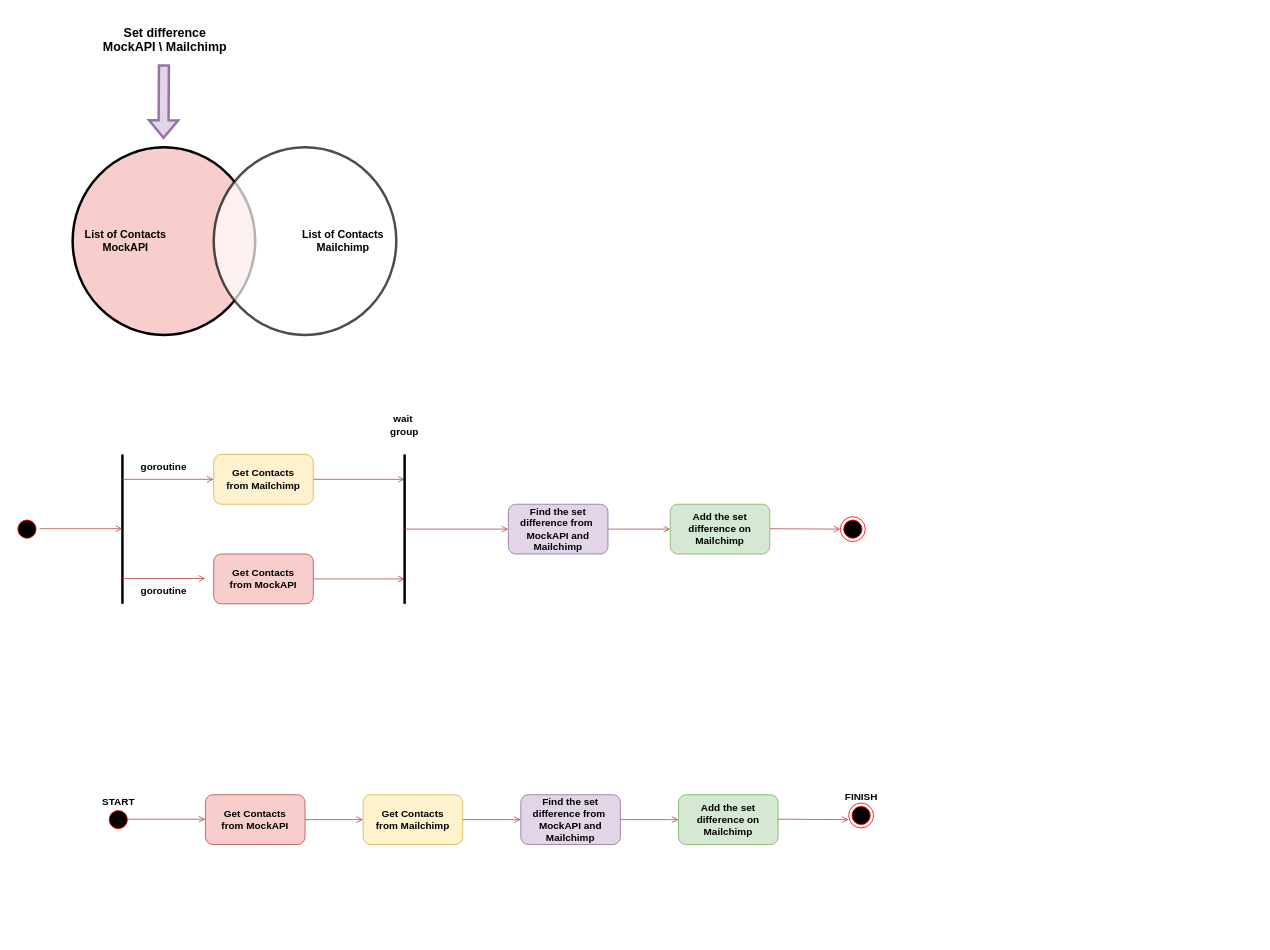
Above: resources/images/tech_design.drawio in leoapsilva/emailsync (draw.io), before the change. Source tidied: cells renumbered, new cells numbered last; positions are measured from the earlier drawing's top-left corner, leaving out a move shared by most shapes. Both pictures are drawn from the tidied source at 83%, with x=0, y=0 at pixel (14, 14).
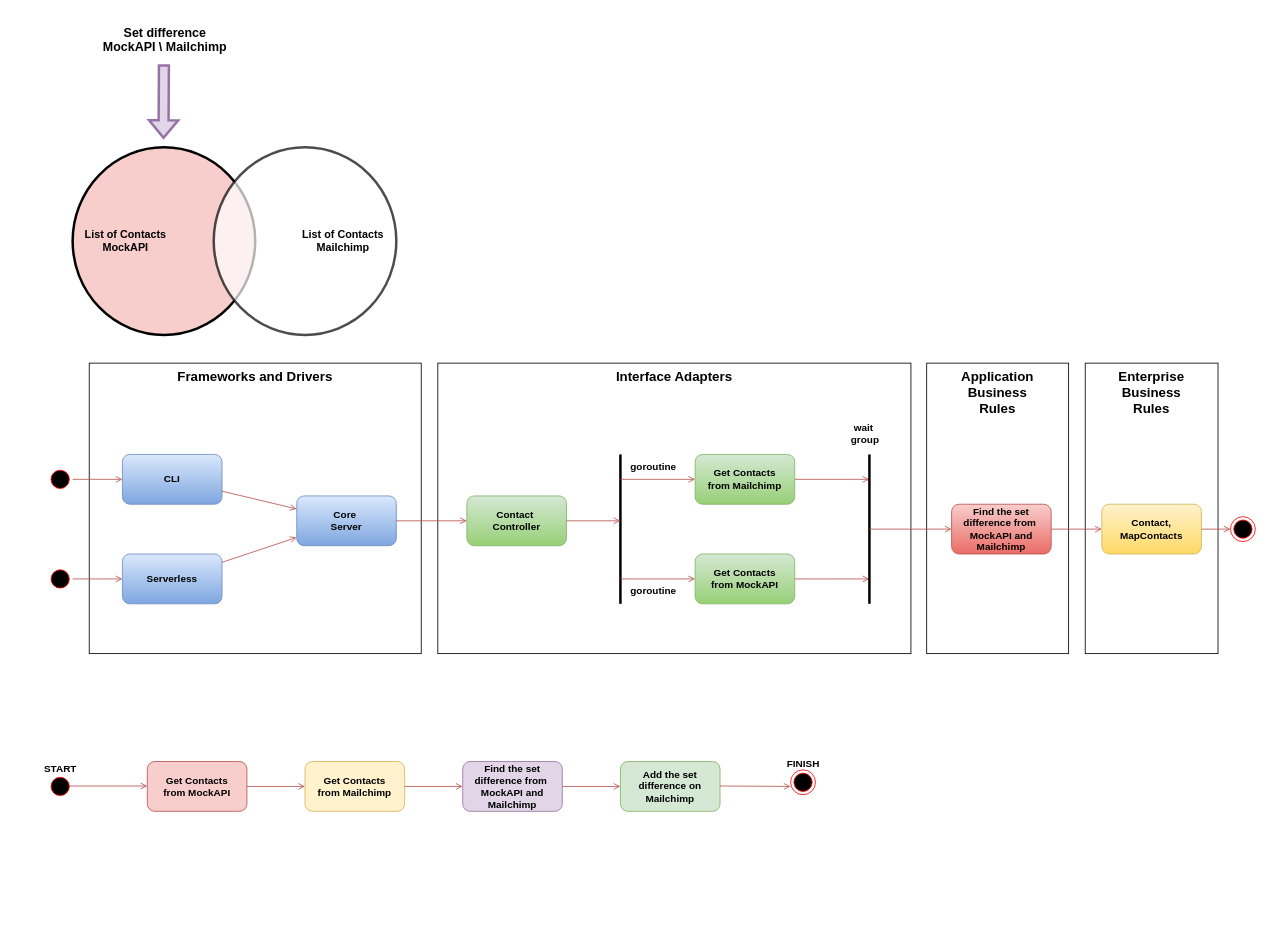
The same page after the edit.

What changed in the source:
```diff
@@
+    <mxCell id="36" value="Frameworks and Drivers" style="rounded=0;whiteSpace=wrap;html=1;fillColor=none;fontSize=16;verticalAlign=top;fontStyle=1;" parent="1" vertex="1">
+      <mxGeometry x="90" y="420" width="400" height="350" as="geometry" />
+    </mxCell>
+    <mxCell id="37" value="Interface Adapters" style="rounded=0;whiteSpace=wrap;html=1;fillColor=none;fontSize=16;verticalAlign=top;fontStyle=1;" parent="1" vertex="1">
+      <mxGeometry x="510" y="420" width="570" height="350" as="geometry" />
+    </mxCell>
+    <mxCell id="38" value="Application&lt;br&gt;Business&lt;br&gt;Rules" style="rounded=0;whiteSpace=wrap;html=1;fillColor=none;fontSize=16;verticalAlign=top;fontStyle=1;" parent="1" vertex="1">
+      <mxGeometry x="1099" y="420" width="171" height="350" as="geometry" />
+    </mxCell>
+    <mxCell id="39" value="Enterprise&lt;br&gt;Business&lt;br&gt;Rules" style="rounded=0;whiteSpace=wrap;html=1;fillColor=none;fontSize=16;verticalAlign=top;fontStyle=1;" parent="1" vertex="1">
+      <mxGeometry x="1290" y="420" width="160" height="350" as="geometry" />
+    </mxCell>
@@
     <mxCell id="6" style="edgeStyle=orthogonalEdgeStyle;rounded=0;jettySize=auto;html=1;endArrow=open;endFill=0;fillColor=#f8cecc;strokeColor=#b85450;" parent="1" edge="1" source="7">
       <mxGeometry relative="1" as="geometry">
-        <mxPoint x="470" y="560" as="targetPoint" />
+        <mxPoint x="1030" y="560" as="targetPoint" />
       </mxGeometry>
     </mxCell>
-    <mxCell id="7" value="Get Contacts &lt;br&gt;from Mailchimp" style="rounded=1;whiteSpace=wrap;html=1;fillColor=#fff2cc;strokeColor=#d6b656;fontStyle=1;" parent="1" vertex="1">
-      <mxGeometry x="240" y="530" width="120" height="60" as="geometry" />
+    <mxCell id="7" value="Get Contacts &lt;br&gt;from Mailchimp" style="rounded=1;whiteSpace=wrap;html=1;fillColor=#d5e8d4;strokeColor=#82b366;fontStyle=1;gradientColor=#97d077;" parent="1" vertex="1">
+      <mxGeometry x="820" y="530" width="120" height="60" as="geometry" />
     </mxCell>
     <mxCell id="8" style="edgeStyle=orthogonalEdgeStyle;rounded=0;jettySize=auto;html=1;endArrow=open;endFill=0;fillColor=#f8cecc;strokeColor=#b85450;" parent="1" edge="1" source="9">
       <mxGeometry relative="1" as="geometry">
-        <mxPoint x="470" y="680" as="targetPoint" />
+        <mxPoint x="1030" y="680" as="targetPoint" />
       </mxGeometry>
     </mxCell>
-    <mxCell id="9" value="Get Contacts &lt;br&gt;from MockAPI" style="rounded=1;whiteSpace=wrap;html=1;fillColor=#f8cecc;strokeColor=#b85450;fontStyle=1;" parent="1" vertex="1">
-      <mxGeometry x="240" y="650" width="120" height="60" as="geometry" />
+    <mxCell id="9" value="Get Contacts &lt;br&gt;from MockAPI" style="rounded=1;whiteSpace=wrap;html=1;fillColor=#d5e8d4;strokeColor=#82b366;fontStyle=1;gradientColor=#97d077;" parent="1" vertex="1">
+      <mxGeometry x="820" y="650" width="120" height="60" as="geometry" />
     </mxCell>
     <mxCell id="10" style="endArrow=none;html=1;rounded=0;strokeWidth=3;" parent="1" edge="1">
       <mxGeometry relative="1" as="geometry">
-        <mxPoint x="470" y="710" as="sourcePoint" />
-        <mxPoint x="470" y="530" as="targetPoint" />
+        <mxPoint x="1030" y="710" as="sourcePoint" />
+        <mxPoint x="1030" y="530" as="targetPoint" />
       </mxGeometry>
     </mxCell>
@@
     <mxCell id="12" style="endArrow=open;html=1;rounded=0;entryX=0;entryY=0.5;entryDx=0;entryDy=0;endFill=0;fillColor=#f8cecc;strokeColor=#b85450;" parent="1" edge="1" target="14">
       <mxGeometry relative="1" as="geometry">
-        <mxPoint x="470" y="620" as="sourcePoint" />
+        <mxPoint x="1030" y="620" as="sourcePoint" />
       </mxGeometry>
     </mxCell>
-    <mxCell id="13" value="Add the set difference on Mailchimp" style="rounded=1;whiteSpace=wrap;html=1;fillColor=#d5e8d4;strokeColor=#82b366;fontStyle=1;" parent="1" vertex="1">
-      <mxGeometry x="790" y="590" width="120" height="60" as="geometry" />
+    <mxCell id="13" value="Contact,&lt;br&gt;MapContacts" style="rounded=1;whiteSpace=wrap;html=1;fillColor=#fff2cc;strokeColor=#d6b656;fontStyle=1;gradientColor=#ffd966;" parent="1" vertex="1">
+      <mxGeometry x="1310" y="590" width="120" height="60" as="geometry" />
     </mxCell>
-    <mxCell id="14" value="Find the set difference from&amp;nbsp;&lt;br&gt;MockAPI and Mailchimp" style="rounded=1;whiteSpace=wrap;html=1;fillColor=#e1d5e7;strokeColor=#9673a6;fontStyle=1;" parent="1" vertex="1">
-      <mxGeometry x="595" y="590" width="120" height="60" as="geometry" />
+    <mxCell id="14" value="Find the set difference from&amp;nbsp;&lt;br&gt;MockAPI and Mailchimp" style="rounded=1;whiteSpace=wrap;html=1;fillColor=#f8cecc;strokeColor=#b85450;fontStyle=1;gradientColor=#ea6b66;" parent="1" vertex="1">
+      <mxGeometry x="1129" y="590" width="120" height="60" as="geometry" />
     </mxCell>
     <mxCell id="15" style="endArrow=none;html=1;rounded=0;strokeWidth=3;" parent="1" edge="1">
       <mxGeometry relative="1" as="geometry">
-        <mxPoint x="130" y="710" as="sourcePoint" />
-        <mxPoint x="130" y="530" as="targetPoint" />
+        <mxPoint x="730" y="710" as="sourcePoint" />
+        <mxPoint x="730" y="530" as="targetPoint" />
       </mxGeometry>
     </mxCell>
     <mxCell id="16" style="endArrow=open;html=1;rounded=0;entryX=0;entryY=0.5;entryDx=0;entryDy=0;endFill=0;fillColor=#f8cecc;strokeColor=#b85450;" parent="1" edge="1" target="7">
       <mxGeometry relative="1" as="geometry">
-        <mxPoint x="130" y="560" as="sourcePoint" />
+        <mxPoint x="730" y="560" as="sourcePoint" />
       </mxGeometry>
     </mxCell>
-    <mxCell id="17" style="endArrow=open;html=1;rounded=0;entryX=0;entryY=0.5;entryDx=0;entryDy=0;endFill=0;fillColor=#f8cecc;strokeColor=#b85450;" parent="1" edge="1">
+    <mxCell id="17" style="endArrow=open;html=1;rounded=0;endFill=0;fillColor=#f8cecc;strokeColor=#b85450;" parent="1" edge="1" target="9">
       <mxGeometry relative="1" as="geometry">
-        <mxPoint x="130" y="679.5" as="sourcePoint" />
-        <mxPoint x="230" y="679.5" as="targetPoint" />
+        <mxPoint x="730" y="680" as="sourcePoint" />
       </mxGeometry>
     </mxCell>
-    <mxCell id="18" style="endArrow=open;html=1;rounded=0;entryX=0;entryY=0.5;entryDx=0;entryDy=0;endFill=0;fillColor=#f8cecc;strokeColor=#b85450;" parent="1" edge="1">
+    <mxCell id="18" style="endArrow=open;html=1;rounded=0;endFill=0;fillColor=#f8cecc;strokeColor=#b85450;" parent="1" edge="1" target="40">
       <mxGeometry relative="1" as="geometry">
-        <mxPoint x="30" y="619.5" as="sourcePoint" />
-        <mxPoint x="130" y="619.5" as="targetPoint" />
+        <mxPoint x="70" y="560" as="sourcePoint" />
       </mxGeometry>
     </mxCell>
     <mxCell id="19" style="ellipse;html=1;shape=startState;fillColor=#000000;strokeColor=#ff0000;" parent="1" vertex="1">
-      <mxGeometry y="605" width="30" height="30" as="geometry" />
+      <mxGeometry x="40" y="545" width="30" height="30" as="geometry" />
     </mxCell>
-    <mxCell id="20" style="endArrow=open;html=1;rounded=0;endFill=0;fillColor=#f8cecc;strokeColor=#b85450;" parent="1" edge="1" target="21">
-      <mxGeometry relative="1" as="geometry">
-        <mxPoint x="910" y="619.5" as="sourcePoint" />
-      </mxGeometry>
+    <mxCell id="20" style="endArrow=open;html=1;rounded=0;endFill=0;fillColor=#f8cecc;strokeColor=#b85450;" parent="1" edge="1" source="13" target="21">
+      <mxGeometry relative="1" as="geometry" />
     </mxCell>
     <mxCell id="21" style="ellipse;html=1;shape=endState;fillColor=#000000;strokeColor=#ff0000;" parent="1" vertex="1">
-      <mxGeometry x="995" y="605" width="30" height="30" as="geometry" />
+      <mxGeometry x="1465" y="605" width="30" height="30" as="geometry" />
     </mxCell>
     <mxCell id="22" value="goroutine" style="text;html=1;strokeColor=none;fillColor=none;align=center;verticalAlign=middle;whiteSpace=wrap;rounded=0;fontStyle=1;" parent="1" vertex="1">
-      <mxGeometry x="150" y="530" width="60" height="30" as="geometry" />
+      <mxGeometry x="740" y="530" width="60" height="30" as="geometry" />
     </mxCell>
     <mxCell id="23" value="goroutine" style="text;html=1;strokeColor=none;fillColor=none;align=center;verticalAlign=middle;whiteSpace=wrap;rounded=0;fontStyle=1;" parent="1" vertex="1">
-      <mxGeometry x="150" y="680" width="60" height="30" as="geometry" />
+      <mxGeometry x="740" y="680" width="60" height="30" as="geometry" />
     </mxCell>
     <mxCell id="24" value="wait&amp;nbsp; group" style="text;html=1;strokeColor=none;fillColor=none;align=center;verticalAlign=middle;whiteSpace=wrap;rounded=0;fontStyle=1;" parent="1" vertex="1">
-      <mxGeometry x="440" y="480" width="60" height="30" as="geometry" />
+      <mxGeometry x="995" y="490" width="60" height="30" as="geometry" />
     </mxCell>
+    <mxCell id="40" value="CLI" style="rounded=1;whiteSpace=wrap;html=1;fillColor=#dae8fc;strokeColor=#6c8ebf;fontStyle=1;gradientColor=#7ea6e0;" parent="1" vertex="1">
+      <mxGeometry x="130" y="530" width="120" height="60" as="geometry" />
+    </mxCell>
+    <mxCell id="41" style="endArrow=open;html=1;rounded=0;endFill=0;fillColor=#f8cecc;strokeColor=#b85450;" parent="1" edge="1" source="40" target="47">
+      <mxGeometry relative="1" as="geometry" />
+    </mxCell>
+    <mxCell id="42" style="endArrow=open;html=1;rounded=0;endFill=0;fillColor=#f8cecc;strokeColor=#b85450;" parent="1" edge="1" target="44">
+      <mxGeometry relative="1" as="geometry">
+        <mxPoint x="70" y="680" as="sourcePoint" />
+      </mxGeometry>
+    </mxCell>
+    <mxCell id="43" style="ellipse;html=1;shape=startState;fillColor=#000000;strokeColor=#ff0000;" parent="1" vertex="1">
+      <mxGeometry x="40" y="665" width="30" height="30" as="geometry" />
+    </mxCell>
+    <mxCell id="44" value="Serverless" style="rounded=1;whiteSpace=wrap;html=1;fillColor=#dae8fc;strokeColor=#6c8ebf;fontStyle=1;gradientColor=#7ea6e0;" parent="1" vertex="1">
+      <mxGeometry x="130" y="650" width="120" height="60" as="geometry" />
+    </mxCell>
+    <mxCell id="45" style="endArrow=open;html=1;rounded=0;endFill=0;fillColor=#f8cecc;strokeColor=#b85450;" parent="1" edge="1" source="44" target="47">
+      <mxGeometry relative="1" as="geometry" />
+    </mxCell>
+    <mxCell id="46" style="group;" parent="1" vertex="1">
+      <mxGeometry x="40" y="900" width="925" height="210" as="geometry" />
+    </mxCell>
-    <mxCell id="25" value="Get Contacts &lt;br&gt;from Mailchimp" style="rounded=1;whiteSpace=wrap;html=1;fillColor=#fff2cc;strokeColor=#d6b656;fontStyle=1;" parent="1" vertex="1">
-      <mxGeometry x="420" y="940" width="120" height="60" as="geometry" />
+    <mxCell id="25" value="Get Contacts &lt;br&gt;from Mailchimp" style="rounded=1;whiteSpace=wrap;html=1;fillColor=#fff2cc;strokeColor=#d6b656;fontStyle=1;" parent="46" vertex="1">
+      <mxGeometry x="310" width="120" height="60" as="geometry" />
     </mxCell>
-    <mxCell id="26" value="Get Contacts &lt;br&gt;from MockAPI" style="rounded=1;whiteSpace=wrap;html=1;fillColor=#f8cecc;strokeColor=#b85450;fontStyle=1;" parent="1" vertex="1">
-      <mxGeometry x="230" y="940" width="120" height="60" as="geometry" />
+    <mxCell id="26" value="Get Contacts &lt;br&gt;from MockAPI" style="rounded=1;whiteSpace=wrap;html=1;fillColor=#f8cecc;strokeColor=#b85450;fontStyle=1;" parent="46" vertex="1">
+      <mxGeometry x="120" width="120" height="60" as="geometry" />
     </mxCell>
-    <mxCell id="27" style="edgeStyle=orthogonalEdgeStyle;rounded=0;jettySize=auto;html=1;endArrow=open;endFill=0;fillColor=#f8cecc;strokeColor=#b85450;" parent="1" edge="1" source="30" target="29">
-      <mxGeometry relative="1" as="geometry" />
-    </mxCell>
-    <mxCell id="28" style="endArrow=open;html=1;rounded=0;entryX=0;entryY=0.5;entryDx=0;entryDy=0;endFill=0;fillColor=#f8cecc;strokeColor=#b85450;" parent="1" edge="1" target="30">
+    <mxCell id="28" style="endArrow=open;html=1;rounded=0;entryX=0;entryY=0.5;entryDx=0;entryDy=0;endFill=0;fillColor=#f8cecc;strokeColor=#b85450;" parent="46" edge="1" target="30">
       <mxGeometry relative="1" as="geometry">
-        <mxPoint x="540" y="970" as="sourcePoint" />
+        <mxPoint x="430" y="30" as="sourcePoint" />
       </mxGeometry>
     </mxCell>
-    <mxCell id="29" value="Add the set difference on Mailchimp" style="rounded=1;whiteSpace=wrap;html=1;fillColor=#d5e8d4;strokeColor=#82b366;fontStyle=1;" parent="1" vertex="1">
-      <mxGeometry x="800" y="940" width="120" height="60" as="geometry" />
+    <mxCell id="29" value="Add the set difference on Mailchimp" style="rounded=1;whiteSpace=wrap;html=1;fillColor=#d5e8d4;strokeColor=#82b366;fontStyle=1;" parent="46" vertex="1">
+      <mxGeometry x="690" width="120" height="60" as="geometry" />
     </mxCell>
-    <mxCell id="30" value="Find the set difference from&amp;nbsp;&lt;br&gt;MockAPI and Mailchimp" style="rounded=1;whiteSpace=wrap;html=1;fillColor=#e1d5e7;strokeColor=#9673a6;fontStyle=1;" parent="1" vertex="1">
-      <mxGeometry x="610" y="940" width="120" height="60" as="geometry" />
+    <mxCell id="30" value="Find the set difference from&amp;nbsp;&lt;br&gt;MockAPI and Mailchimp" style="rounded=1;whiteSpace=wrap;html=1;fillColor=#e1d5e7;strokeColor=#9673a6;fontStyle=1;" parent="46" vertex="1">
+      <mxGeometry x="500" width="120" height="60" as="geometry" />
     </mxCell>
+    <mxCell id="27" style="edgeStyle=orthogonalEdgeStyle;rounded=0;jettySize=auto;html=1;endArrow=open;endFill=0;fillColor=#f8cecc;strokeColor=#b85450;" parent="46" edge="1" source="30" target="29">
+      <mxGeometry relative="1" as="geometry" />
+    </mxCell>
-    <mxCell id="31" style="endArrow=open;html=1;rounded=0;entryX=0;entryY=0.5;entryDx=0;entryDy=0;endFill=0;fillColor=#f8cecc;strokeColor=#b85450;exitX=1;exitY=0.5;exitDx=0;exitDy=0;" parent="1" edge="1" source="26" target="25">
+    <mxCell id="31" style="endArrow=open;html=1;rounded=0;entryX=0;entryY=0.5;entryDx=0;entryDy=0;endFill=0;fillColor=#f8cecc;strokeColor=#b85450;exitX=1;exitY=0.5;exitDx=0;exitDy=0;" parent="46" edge="1" source="26" target="25">
       <mxGeometry relative="1" as="geometry" />
     </mxCell>
-    <mxCell id="32" style="endArrow=open;html=1;rounded=0;entryX=0;entryY=0.5;entryDx=0;entryDy=0;endFill=0;fillColor=#f8cecc;strokeColor=#b85450;" parent="1" edge="1">
+    <mxCell id="32" style="endArrow=open;html=1;rounded=0;entryX=0;entryY=0.5;entryDx=0;entryDy=0;endFill=0;fillColor=#f8cecc;strokeColor=#b85450;" parent="46" edge="1">
       <mxGeometry relative="1" as="geometry">
-        <mxPoint x="130" y="969.5" as="sourcePoint" />
-        <mxPoint x="230" y="969.5" as="targetPoint" />
+        <mxPoint x="20" y="29.5" as="sourcePoint" />
+        <mxPoint x="120" y="29.5" as="targetPoint" />
       </mxGeometry>
     </mxCell>
-    <mxCell id="33" value="START" style="ellipse;html=1;shape=startState;fillColor=#000000;strokeColor=#ff0000;verticalAlign=top;fontStyle=1;spacingBottom=0;spacingTop=-24;" parent="1" vertex="1">
-      <mxGeometry x="110" y="955" width="30" height="30" as="geometry" />
+    <mxCell id="33" value="START" style="ellipse;html=1;shape=startState;fillColor=#000000;strokeColor=#ff0000;verticalAlign=top;fontStyle=1;spacingBottom=0;spacingTop=-24;" parent="46" vertex="1">
+      <mxGeometry y="15" width="30" height="30" as="geometry" />
     </mxCell>
-    <mxCell id="34" style="endArrow=open;html=1;rounded=0;endFill=0;fillColor=#f8cecc;strokeColor=#b85450;" parent="1" edge="1">
+    <mxCell id="34" style="endArrow=open;html=1;rounded=0;endFill=0;fillColor=#f8cecc;strokeColor=#b85450;" parent="46" edge="1">
       <mxGeometry relative="1" as="geometry">
-        <mxPoint x="920" y="969.5" as="sourcePoint" />
-        <mxPoint x="1005" y="970" as="targetPoint" />
+        <mxPoint x="810" y="29.5" as="sourcePoint" />
+        <mxPoint x="895" y="30" as="targetPoint" />
       </mxGeometry>
     </mxCell>
-    <mxCell id="35" value="FINISH" style="ellipse;html=1;shape=endState;fillColor=#000000;strokeColor=#ff0000;fontStyle=1;verticalAlign=top;spacingTop=-25;" parent="1" vertex="1">
-      <mxGeometry x="1005" y="950" width="30" height="30" as="geometry" />
+    <mxCell id="35" value="FINISH" style="ellipse;html=1;shape=endState;fillColor=#000000;strokeColor=#ff0000;fontStyle=1;verticalAlign=top;spacingTop=-25;" parent="46" vertex="1">
+      <mxGeometry x="895" y="10" width="30" height="30" as="geometry" />
     </mxCell>
+    <mxCell id="47" value="Core&amp;nbsp;&lt;br&gt;Server" style="rounded=1;whiteSpace=wrap;html=1;fillColor=#dae8fc;strokeColor=#6c8ebf;fontStyle=1;gradientColor=#7ea6e0;" parent="1" vertex="1">
+      <mxGeometry x="340" y="580" width="120" height="60" as="geometry" />
+    </mxCell>
+    <mxCell id="48" value="Contact&amp;nbsp;&lt;br&gt;Controller" style="rounded=1;whiteSpace=wrap;html=1;fillColor=#d5e8d4;strokeColor=#82b366;fontStyle=1;gradientColor=#97d077;" parent="1" vertex="1">
+      <mxGeometry x="545" y="580" width="120" height="60" as="geometry" />
+    </mxCell>
+    <mxCell id="49" style="endArrow=open;html=1;rounded=0;endFill=0;fillColor=#f8cecc;strokeColor=#b85450;" parent="1" edge="1" source="47" target="48">
+      <mxGeometry relative="1" as="geometry" />
+    </mxCell>
+    <mxCell id="50" style="endArrow=open;html=1;rounded=0;endFill=0;fillColor=#f8cecc;strokeColor=#b85450;" parent="1" edge="1" source="48">
+      <mxGeometry relative="1" as="geometry">
+        <mxPoint x="730" y="610" as="targetPoint" />
+      </mxGeometry>
+    </mxCell>
```
